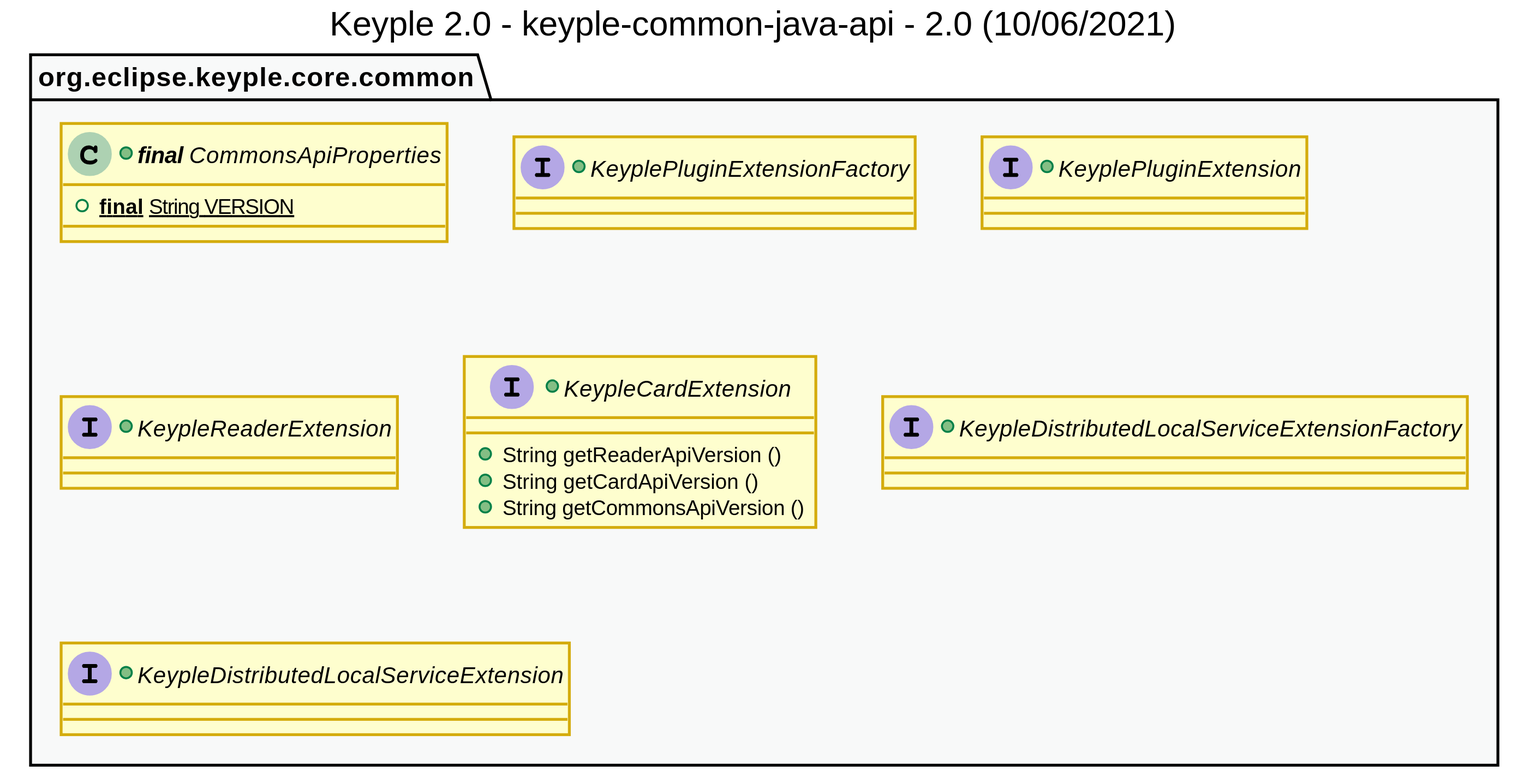
Earlier version of the PlantUML export uml/class-diagram/api/keyple_2_0_class_common_api.svg (calypsonet/keyple_2_0). The source it was exported from:
```plantuml
@startuml
title
    Keyple 2.0 - keyple-common-java-api - 2.0 (10/06/2021)
end title


!define C_GREY1 F8F9F9
!define C_GREY2 F2F3F4
!define C_GREY3 E5E7E9
!define C_GREY4 D7DBDD
!define C_GREY5 CACFD2
!define C_GREY6 BDC3C7
!define C_LINK 3498DB
!define C_USE 27AE60

skinparam Shadowing false
skinparam ClassFontStyle italic
skinparam ClassBorderColor #D4AC0D
skinparam stereotypeABorderColor #A9DCDF
skinparam stereotypeIBorderColor #B4A7E5
skinparam stereotypeCBorderColor #ADD1B2
skinparam stereotypeEBorderColor #EB93DF
skinparam ClassBackgroundColor<<red>> #FDEDEC
skinparam ClassBorderColor<<red>> #E74C3C
hide <<red>> stereotype
skinparam ClassBackgroundColor<<purple>> #F4ECF7
skinparam ClassBorderColor<<purple>> #8E44AD
hide <<purple>> stereotype
skinparam ClassBackgroundColor<<blue>> #EBF5FB
skinparam ClassBorderColor<<blue>> #3498DB
hide <<blue>> stereotype
skinparam ClassBackgroundColor<<green>> #E9F7EF
skinparam ClassBorderColor<<green>> #27AE60
hide <<green>> stereotype
skinparam ClassBackgroundColor<<grey>> #EAECEE
skinparam ClassBorderColor<<grey>> #2C3E50
hide <<grey>> stereotype


package "org.eclipse.keyple.core.common" as api {
    +class "**final** CommonsApiProperties" as ApiProperties {
        +{static} **final** String VERSION
    }
    +interface KeyplePluginExtensionFactory {
    }
    +interface KeyplePluginExtension {
    }
    +interface KeypleReaderExtension {
    }
    +interface KeypleCardExtension {
        +String getReaderApiVersion ()
        +String getCardApiVersion ()
        +String getCommonsApiVersion ()
    }
    +interface KeypleDistributedLocalServiceExtensionFactory {
    }
    +interface KeypleDistributedLocalServiceExtension {
    }
}






package api #C_GREY1 {}

@enduml
```
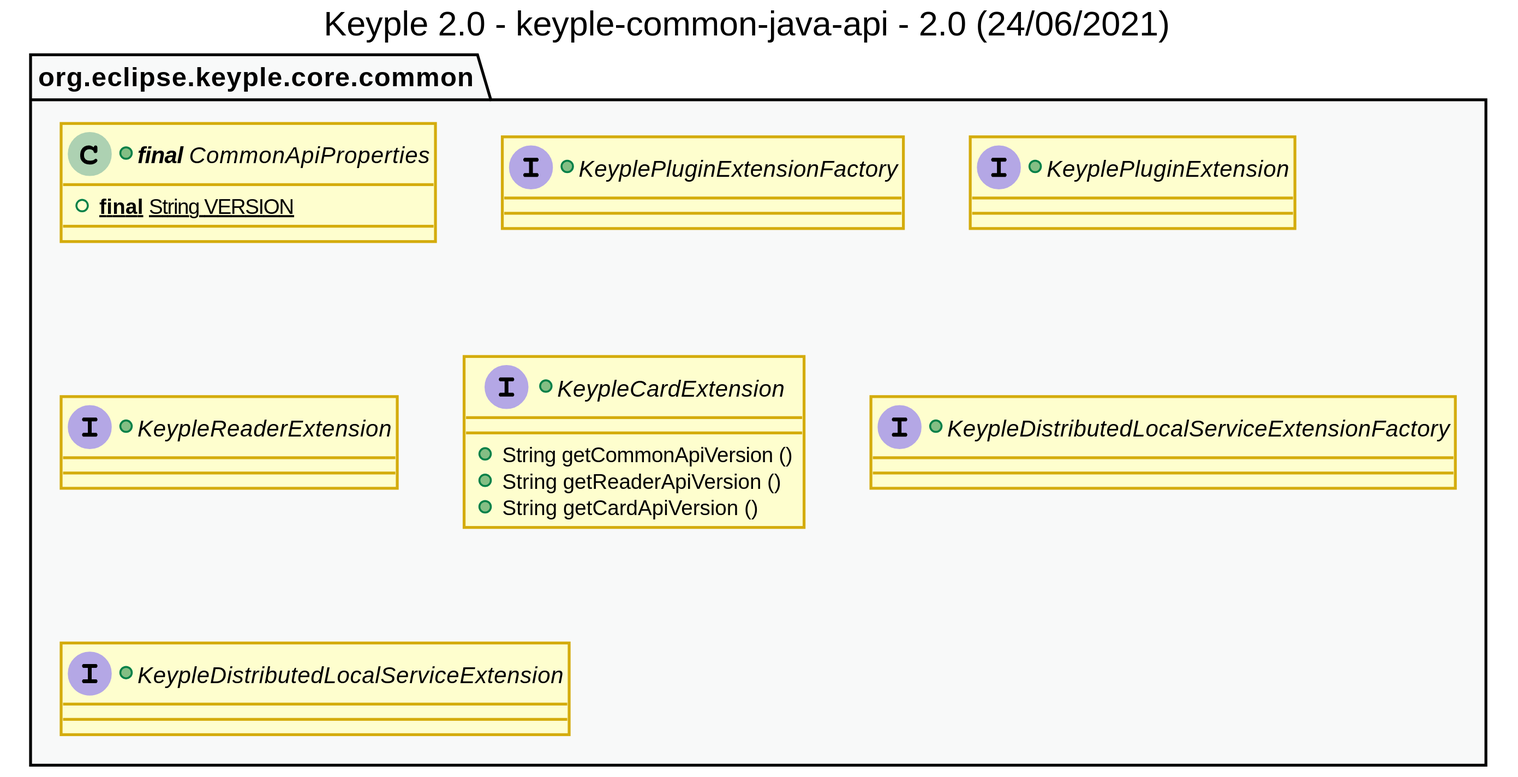
Later version of the same file.

Change to the diagram source:
```diff
@@ -1,6 +1,6 @@
 @startuml
 title
-    Keyple 2.0 - keyple-common-java-api - 2.0 (10/06/2021)
+    Keyple 2.0 - keyple-common-java-api - 2.0 (24/06/2021)
 end title
 
 
@@ -38,7 +38,7 @@
 
 
 package "org.eclipse.keyple.core.common" as api {
-    +class "**final** CommonsApiProperties" as ApiProperties {
+    +class "**final** CommonApiProperties" as ApiProperties {
         +{static} **final** String VERSION
     }
     +interface KeyplePluginExtensionFactory {
@@ -48,9 +48,9 @@
     +interface KeypleReaderExtension {
     }
     +interface KeypleCardExtension {
+        +String getCommonApiVersion ()
         +String getReaderApiVersion ()
         +String getCardApiVersion ()
-        +String getCommonsApiVersion ()
     }
     +interface KeypleDistributedLocalServiceExtensionFactory {
     }
```
